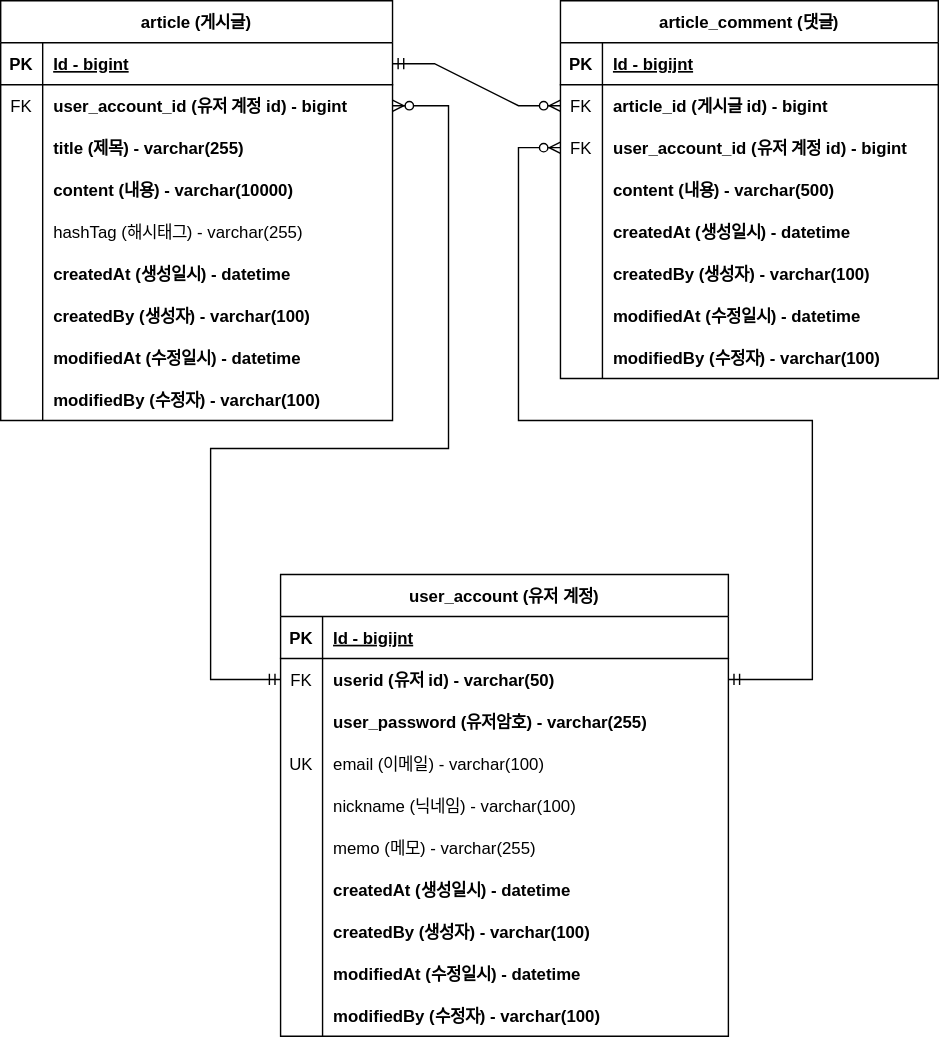
Above: document/project-board-erd.svg in BBlack-Hun/fastcampus-project-board (draw.io), before the change. Source tidied: cells renumbered, new cells last; positions are measured from the earlier drawing's top-left corner, leaving out a move shared by most shapes.
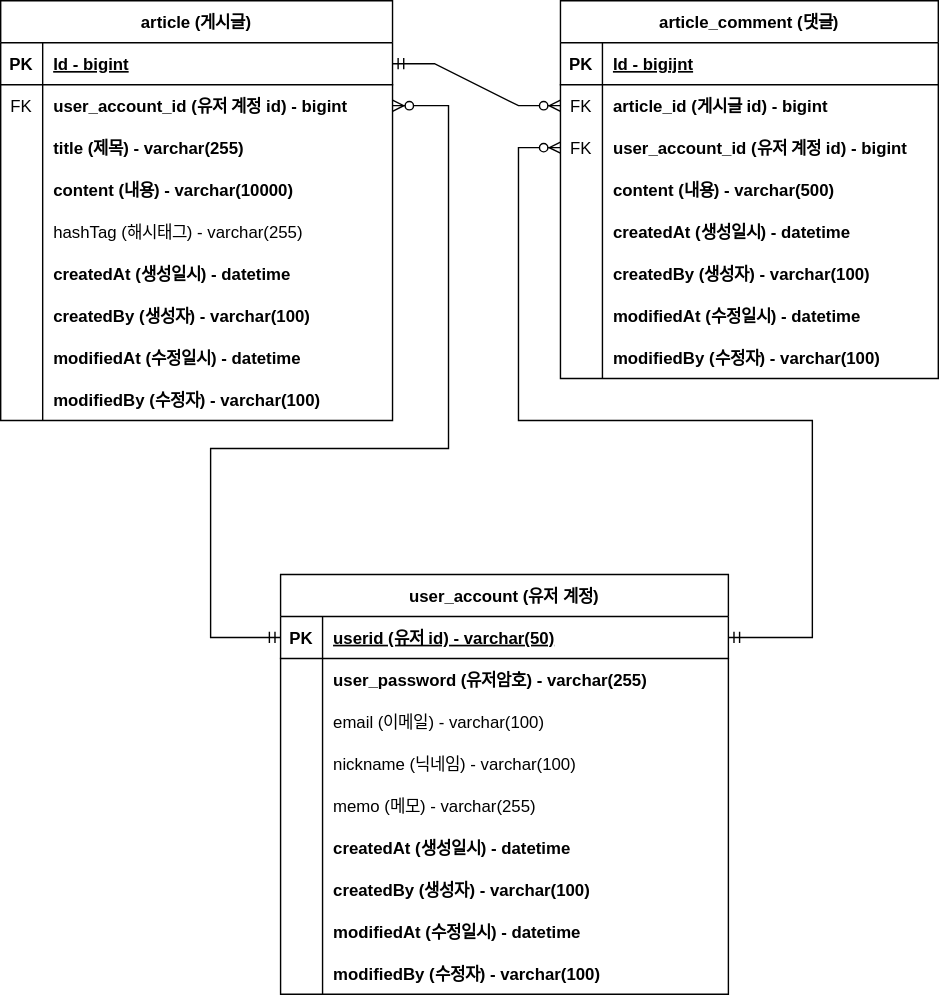
The same file after the commit.

Commit message:
#42 - ERD 문서 수정: 회원 계정 user_id 를 PK 로 변경

What changed in the source:
```diff
@@ -165,7 +165,7 @@
       <mxGeometry relative="1" as="geometry" />
     </mxCell>
     <mxCell id="56" value="user_account (유저 계정)" style="shape=table;startSize=30;rowLines=0;fontStyle=1;align=center;" parent="1" vertex="1">
-      <mxGeometry x="200" y="410" width="320" height="330" as="geometry" />
+      <mxGeometry x="200" y="410" width="320" height="300" as="geometry" />
     </mxCell>
     <mxCell id="57" style="shape=tableRow;horizontal=0;startSize=0;swimlaneHead=0;swimlaneBody=0;fillColor=none;points=[[0,0.5],[1,0.5]];portConstraint=eastwest;top=0;left=0;right=0;bottom=1;" parent="56" vertex="1">
       <mxGeometry y="30" width="320" height="30" as="geometry" />
@@ -173,20 +173,11 @@
     <mxCell id="58" value="PK" style="shape=partialRectangle;fillColor=none;top=0;left=0;bottom=0;right=0;fontStyle=1;overflow=hidden;" parent="57" vertex="1">
       <mxGeometry width="30" height="30" as="geometry" />
     </mxCell>
-    <mxCell id="59" value="Id - bigijnt" style="shape=partialRectangle;fillColor=none;top=0;left=0;bottom=0;right=0;align=left;spacingLeft=6;fontStyle=5;overflow=hidden;" parent="57" vertex="1">
+    <mxCell id="59" value="userid (유저 id) - varchar(50)" style="shape=partialRectangle;fillColor=none;top=0;left=0;bottom=0;right=0;align=left;spacingLeft=6;fontStyle=5;overflow=hidden;" parent="57" vertex="1">
       <mxGeometry x="30" width="290" height="30" as="geometry" />
     </mxCell>
-    <mxCell id="60" style="shape=tableRow;horizontal=0;startSize=0;swimlaneHead=0;swimlaneBody=0;fillColor=none;points=[[0,0.5],[1,0.5]];portConstraint=eastwest;top=0;left=0;right=0;bottom=0;" parent="56" vertex="1">
-      <mxGeometry y="60" width="320" height="30" as="geometry" />
-    </mxCell>
-    <mxCell id="61" value="FK" style="shape=partialRectangle;fillColor=none;top=0;left=0;bottom=0;right=0;overflow=hidden;" parent="60" vertex="1">
-      <mxGeometry width="30" height="30" as="geometry" />
-    </mxCell>
-    <mxCell id="62" value="userid (유저 id) - varchar(50)" style="shape=partialRectangle;fillColor=none;top=0;left=0;bottom=0;right=0;align=left;spacingLeft=6;overflow=hidden;fontStyle=1;" parent="60" vertex="1">
-      <mxGeometry x="30" width="290" height="30" as="geometry" />
-    </mxCell>
     <mxCell id="63" style="shape=tableRow;horizontal=0;startSize=0;swimlaneHead=0;swimlaneBody=0;fillColor=none;top=0;left=0;right=0;bottom=0;" parent="56" vertex="1">
-      <mxGeometry y="90" width="320" height="30" as="geometry" />
+      <mxGeometry y="60" width="320" height="30" as="geometry" />
     </mxCell>
     <mxCell id="64" style="shape=partialRectangle;fillColor=none;top=0;left=0;bottom=0;right=0;overflow=hidden;" parent="63" vertex="1">
       <mxGeometry width="30" height="30" as="geometry" />
@@ -195,16 +186,16 @@
       <mxGeometry x="30" width="290" height="30" as="geometry" />
     </mxCell>
     <mxCell id="66" style="shape=tableRow;horizontal=0;startSize=0;swimlaneHead=0;swimlaneBody=0;fillColor=none;top=0;left=0;right=0;bottom=0;" parent="56" vertex="1">
-      <mxGeometry y="120" width="320" height="30" as="geometry" />
+      <mxGeometry y="90" width="320" height="30" as="geometry" />
     </mxCell>
-    <mxCell id="67" value="UK" style="shape=partialRectangle;fillColor=none;top=0;left=0;bottom=0;right=0;overflow=hidden;" parent="66" vertex="1">
+    <mxCell id="67" style="shape=partialRectangle;fillColor=none;top=0;left=0;bottom=0;right=0;overflow=hidden;" parent="66" vertex="1">
       <mxGeometry width="30" height="30" as="geometry" />
     </mxCell>
     <mxCell id="68" value="email (이메일) - varchar(100)" style="shape=partialRectangle;fillColor=none;top=0;left=0;bottom=0;right=0;align=left;spacingLeft=6;overflow=hidden;fontStyle=0;" parent="66" vertex="1">
       <mxGeometry x="30" width="290" height="30" as="geometry" />
     </mxCell>
     <mxCell id="69" style="shape=tableRow;horizontal=0;startSize=0;swimlaneHead=0;swimlaneBody=0;fillColor=none;top=0;left=0;right=0;bottom=0;" parent="56" vertex="1">
-      <mxGeometry y="150" width="320" height="30" as="geometry" />
+      <mxGeometry y="120" width="320" height="30" as="geometry" />
     </mxCell>
     <mxCell id="70" style="shape=partialRectangle;fillColor=none;top=0;left=0;bottom=0;right=0;overflow=hidden;" parent="69" vertex="1">
       <mxGeometry width="30" height="30" as="geometry" />
@@ -213,7 +204,7 @@
       <mxGeometry x="30" width="290" height="30" as="geometry" />
     </mxCell>
     <mxCell id="72" style="shape=tableRow;horizontal=0;startSize=0;swimlaneHead=0;swimlaneBody=0;fillColor=none;top=0;left=0;right=0;bottom=0;" parent="56" vertex="1">
-      <mxGeometry y="180" width="320" height="30" as="geometry" />
+      <mxGeometry y="150" width="320" height="30" as="geometry" />
     </mxCell>
     <mxCell id="73" style="shape=partialRectangle;fillColor=none;top=0;left=0;bottom=0;right=0;overflow=hidden;" parent="72" vertex="1">
       <mxGeometry width="30" height="30" as="geometry" />
@@ -222,7 +213,7 @@
       <mxGeometry x="30" width="290" height="30" as="geometry" />
     </mxCell>
     <mxCell id="75" style="shape=tableRow;horizontal=0;startSize=0;swimlaneHead=0;swimlaneBody=0;fillColor=none;top=0;left=0;right=0;bottom=0;" parent="56" vertex="1">
-      <mxGeometry y="210" width="320" height="30" as="geometry" />
+      <mxGeometry y="180" width="320" height="30" as="geometry" />
     </mxCell>
     <mxCell id="76" style="shape=partialRectangle;fillColor=none;top=0;left=0;bottom=0;right=0;overflow=hidden;" parent="75" vertex="1">
       <mxGeometry width="30" height="30" as="geometry" />
@@ -231,7 +222,7 @@
       <mxGeometry x="30" width="290" height="30" as="geometry" />
     </mxCell>
     <mxCell id="78" style="shape=tableRow;horizontal=0;startSize=0;swimlaneHead=0;swimlaneBody=0;fillColor=none;top=0;left=0;right=0;bottom=0;" parent="56" vertex="1">
-      <mxGeometry y="240" width="320" height="30" as="geometry" />
+      <mxGeometry y="210" width="320" height="30" as="geometry" />
     </mxCell>
     <mxCell id="79" style="shape=partialRectangle;fillColor=none;top=0;left=0;bottom=0;right=0;overflow=hidden;" parent="78" vertex="1">
       <mxGeometry width="30" height="30" as="geometry" />
@@ -240,7 +231,7 @@
       <mxGeometry x="30" width="290" height="30" as="geometry" />
     </mxCell>
     <mxCell id="81" style="shape=tableRow;horizontal=0;startSize=0;swimlaneHead=0;swimlaneBody=0;fillColor=none;top=0;left=0;right=0;bottom=0;" parent="56" vertex="1">
-      <mxGeometry y="270" width="320" height="30" as="geometry" />
+      <mxGeometry y="240" width="320" height="30" as="geometry" />
     </mxCell>
     <mxCell id="82" style="shape=partialRectangle;fillColor=none;top=0;left=0;bottom=0;right=0;overflow=hidden;" parent="81" vertex="1">
       <mxGeometry width="30" height="30" as="geometry" />
@@ -249,7 +240,7 @@
       <mxGeometry x="30" width="290" height="30" as="geometry" />
     </mxCell>
     <mxCell id="84" style="shape=tableRow;horizontal=0;startSize=0;swimlaneHead=0;swimlaneBody=0;fillColor=none;top=0;left=0;right=0;bottom=0;" parent="56" vertex="1">
-      <mxGeometry y="300" width="320" height="30" as="geometry" />
+      <mxGeometry y="270" width="320" height="30" as="geometry" />
     </mxCell>
     <mxCell id="85" style="shape=partialRectangle;fillColor=none;top=0;left=0;bottom=0;right=0;overflow=hidden;" parent="84" vertex="1">
       <mxGeometry width="30" height="30" as="geometry" />
@@ -257,20 +248,20 @@
     <mxCell id="86" value="modifiedBy (수정자) - varchar(100)" style="shape=partialRectangle;fillColor=none;top=0;left=0;bottom=0;right=0;align=left;spacingLeft=6;overflow=hidden;fontStyle=1;" parent="84" vertex="1">
       <mxGeometry x="30" width="290" height="30" as="geometry" />
     </mxCell>
-    <mxCell id="87" style="edgeStyle=orthogonalEdgeStyle;fontSize=12;html=1;endArrow=ERzeroToMany;startArrow=ERmandOne;rounded=0;entryX=0;entryY=0.5;entryDx=0;entryDy=0;exitX=1;exitY=0.5;exitDx=0;exitDy=0;" parent="1" edge="1" source="60" target="37">
+    <mxCell id="87" style="edgeStyle=orthogonalEdgeStyle;fontSize=12;html=1;endArrow=ERzeroToMany;startArrow=ERmandOne;rounded=0;entryX=0;entryY=0.5;entryDx=0;entryDy=0;exitX=1;exitY=0.5;exitDx=0;exitDy=0;" parent="1" edge="1" source="57" target="37">
       <mxGeometry relative="1" as="geometry">
         <Array as="points">
-          <mxPoint x="580" y="485" />
+          <mxPoint x="580" y="455" />
           <mxPoint x="580" y="300" />
           <mxPoint x="370" y="300" />
           <mxPoint x="370" y="105" />
         </Array>
       </mxGeometry>
     </mxCell>
-    <mxCell id="88" style="edgeStyle=orthogonalEdgeStyle;fontSize=12;html=1;endArrow=ERzeroToMany;startArrow=ERmandOne;rounded=0;exitX=0;exitY=0.5;exitDx=0;exitDy=0;entryX=1;entryY=0.5;entryDx=0;entryDy=0;" parent="1" edge="1" source="60" target="6">
+    <mxCell id="88" style="edgeStyle=orthogonalEdgeStyle;fontSize=12;html=1;endArrow=ERzeroToMany;startArrow=ERmandOne;rounded=0;exitX=0;exitY=0.5;exitDx=0;exitDy=0;entryX=1;entryY=0.5;entryDx=0;entryDy=0;" parent="1" edge="1" source="57" target="6">
       <mxGeometry relative="1" as="geometry">
         <Array as="points">
-          <mxPoint x="150" y="485" />
+          <mxPoint x="150" y="455" />
           <mxPoint x="150" y="320" />
           <mxPoint x="320" y="320" />
           <mxPoint x="320" y="75" />
```
